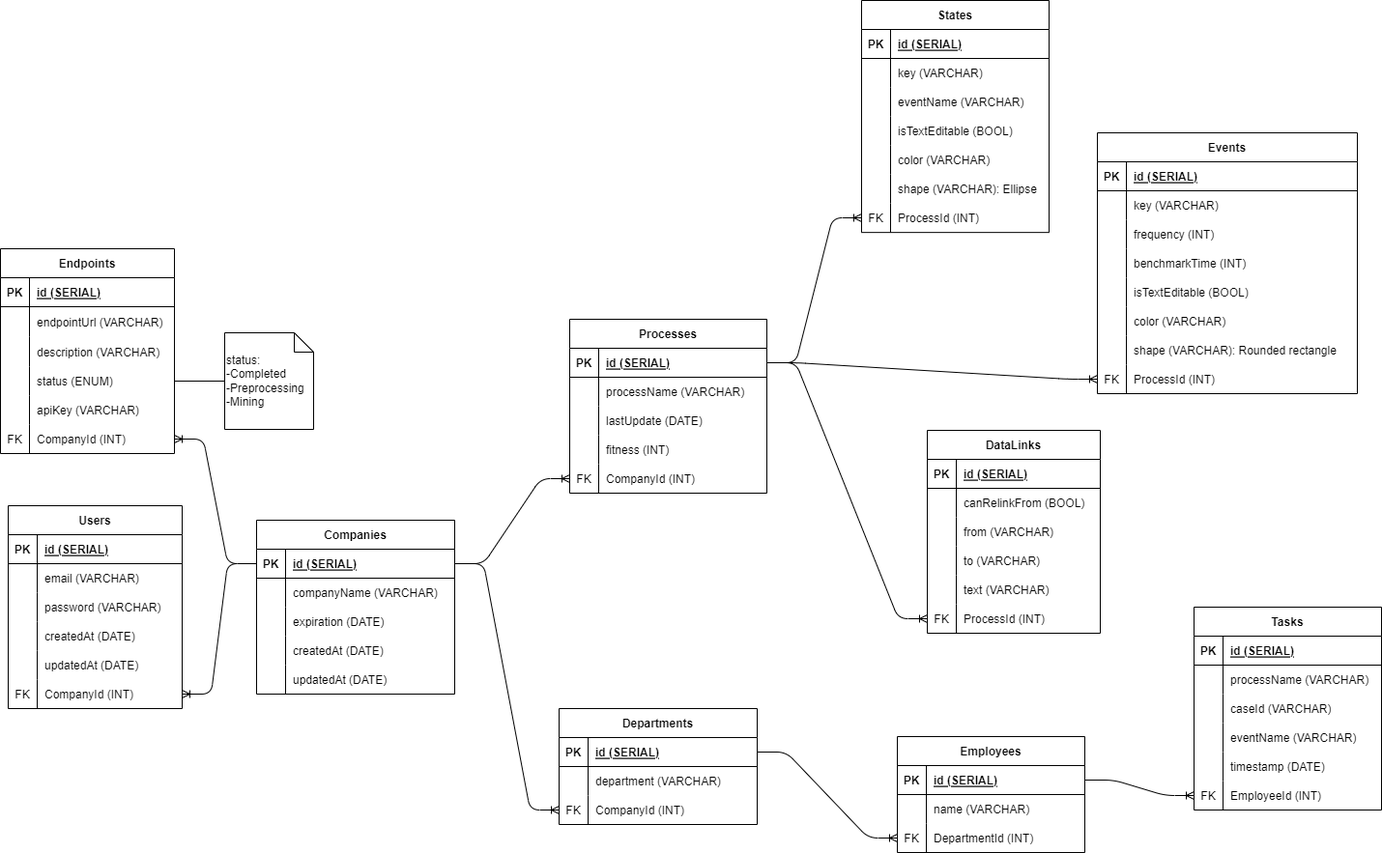
Earlier version of the draw.io export docs/ERD.drawio.png (Alexwilliam112/synapse). Source tidied: cells renumbered, new cells last; positions are measured from the earlier drawing's top-left corner, leaving out a move shared by most shapes.
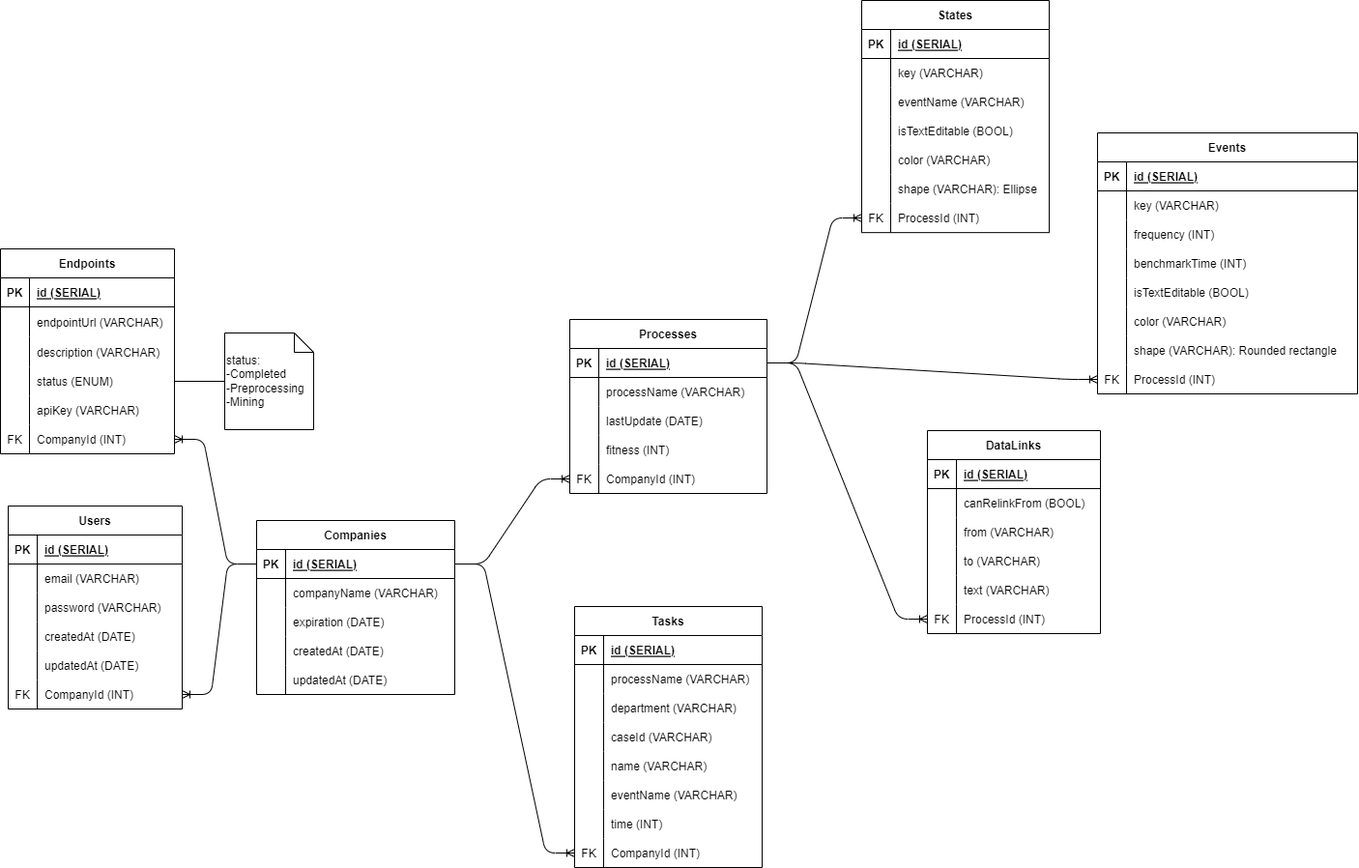
The same file after the commit.

Diff of the diagram source:
```diff
@@ -365,36 +365,6 @@
     <mxCell id="122" style="edgeStyle=entityRelationEdgeStyle;fontSize=12;html=1;endArrow=ERoneToMany;" parent="1" edge="1" source="39" target="119">
       <mxGeometry relative="1" as="geometry" />
     </mxCell>
-    <mxCell id="123" value="Employees" style="shape=table;startSize=30;rowLines=0;fontStyle=1;align=center;" parent="1" vertex="1">
-      <mxGeometry x="928" y="762" width="194" height="120" as="geometry" />
-    </mxCell>
-    <mxCell id="124" style="shape=tableRow;horizontal=0;startSize=0;swimlaneHead=0;swimlaneBody=0;fillColor=none;points=[[0,0.5],[1,0.5]];portConstraint=eastwest;top=0;left=0;right=0;bottom=1;" parent="123" vertex="1">
-      <mxGeometry y="30" width="194" height="30" as="geometry" />
-    </mxCell>
-    <mxCell id="125" value="PK" style="shape=partialRectangle;fillColor=none;top=0;left=0;bottom=0;right=0;fontStyle=1;overflow=hidden;" parent="124" vertex="1">
-      <mxGeometry width="30" height="30" as="geometry" />
-    </mxCell>
-    <mxCell id="126" value="id (SERIAL)" style="shape=partialRectangle;fillColor=none;top=0;left=0;bottom=0;right=0;align=left;spacingLeft=6;fontStyle=5;overflow=hidden;" parent="124" vertex="1">
-      <mxGeometry x="30" width="164" height="30" as="geometry" />
-    </mxCell>
-    <mxCell id="127" style="shape=tableRow;horizontal=0;startSize=0;swimlaneHead=0;swimlaneBody=0;fillColor=none;top=0;left=0;right=0;bottom=0;" parent="123" vertex="1">
-      <mxGeometry y="60" width="194" height="30" as="geometry" />
-    </mxCell>
-    <mxCell id="128" style="shape=partialRectangle;fillColor=none;top=0;left=0;bottom=0;right=0;overflow=hidden;" parent="127" vertex="1">
-      <mxGeometry width="30" height="30" as="geometry" />
-    </mxCell>
-    <mxCell id="129" value="name (VARCHAR)" style="shape=partialRectangle;fillColor=none;top=0;left=0;bottom=0;right=0;align=left;spacingLeft=6;overflow=hidden;" parent="127" vertex="1">
-      <mxGeometry x="30" width="164" height="30" as="geometry" />
-    </mxCell>
-    <mxCell id="130" style="shape=tableRow;horizontal=0;startSize=0;swimlaneHead=0;swimlaneBody=0;fillColor=none;points=[[0,0.5],[1,0.5]];portConstraint=eastwest;top=0;left=0;right=0;bottom=0;" parent="123" vertex="1">
-      <mxGeometry y="90" width="194" height="30" as="geometry" />
-    </mxCell>
-    <mxCell id="131" value="FK" style="shape=partialRectangle;fillColor=none;top=0;left=0;bottom=0;right=0;overflow=hidden;" parent="130" vertex="1">
-      <mxGeometry width="30" height="30" as="geometry" />
-    </mxCell>
-    <mxCell id="132" value="DepartmentId (INT)" style="shape=partialRectangle;fillColor=none;top=0;left=0;bottom=0;right=0;align=left;spacingLeft=6;overflow=hidden;" parent="130" vertex="1">
-      <mxGeometry x="30" width="164" height="30" as="geometry" />
-    </mxCell>
     <mxCell id="133" value="Endpoints" style="shape=table;startSize=30;rowLines=0;fontStyle=1;align=center;" parent="1" vertex="1">
       <mxGeometry y="257" width="180" height="212" as="geometry" />
     </mxCell>
@@ -461,44 +431,14 @@
     <mxCell id="154" style="endArrow=none;html=1;rounded=0;" parent="1" edge="1" source="143" target="153">
       <mxGeometry relative="1" as="geometry" />
     </mxCell>
-    <mxCell id="155" value="Departments" style="shape=table;startSize=30;rowLines=0;fontStyle=1;align=center;" parent="1" vertex="1">
-      <mxGeometry x="578" y="733" width="205" height="120" as="geometry" />
-    </mxCell>
-    <mxCell id="156" style="shape=tableRow;horizontal=0;startSize=0;swimlaneHead=0;swimlaneBody=0;fillColor=none;points=[[0,0.5],[1,0.5]];portConstraint=eastwest;top=0;left=0;right=0;bottom=1;" parent="155" vertex="1">
-      <mxGeometry y="30" width="205" height="30" as="geometry" />
-    </mxCell>
-    <mxCell id="157" value="PK" style="shape=partialRectangle;fillColor=none;top=0;left=0;bottom=0;right=0;fontStyle=1;overflow=hidden;" parent="156" vertex="1">
-      <mxGeometry width="30" height="30" as="geometry" />
-    </mxCell>
-    <mxCell id="158" value="id (SERIAL)" style="shape=partialRectangle;fillColor=none;top=0;left=0;bottom=0;right=0;align=left;spacingLeft=6;fontStyle=5;overflow=hidden;" parent="156" vertex="1">
-      <mxGeometry x="30" width="175" height="30" as="geometry" />
-    </mxCell>
-    <mxCell id="159" style="shape=tableRow;horizontal=0;startSize=0;swimlaneHead=0;swimlaneBody=0;fillColor=none;top=0;left=0;right=0;bottom=0;" parent="155" vertex="1">
-      <mxGeometry y="60" width="205" height="30" as="geometry" />
-    </mxCell>
-    <mxCell id="160" style="shape=partialRectangle;fillColor=none;top=0;left=0;bottom=0;right=0;overflow=hidden;" parent="159" vertex="1">
-      <mxGeometry width="30" height="30" as="geometry" />
-    </mxCell>
-    <mxCell id="161" value="department (VARCHAR)" style="shape=partialRectangle;fillColor=none;top=0;left=0;bottom=0;right=0;align=left;spacingLeft=6;overflow=hidden;" parent="159" vertex="1">
-      <mxGeometry x="30" width="175" height="30" as="geometry" />
-    </mxCell>
-    <mxCell id="162" style="shape=tableRow;horizontal=0;startSize=0;swimlaneHead=0;swimlaneBody=0;fillColor=none;points=[[0,0.5],[1,0.5]];portConstraint=eastwest;top=0;left=0;right=0;bottom=0;" parent="155" vertex="1">
-      <mxGeometry y="90" width="205" height="30" as="geometry" />
-    </mxCell>
-    <mxCell id="163" value="FK" style="shape=partialRectangle;fillColor=none;top=0;left=0;bottom=0;right=0;overflow=hidden;" parent="162" vertex="1">
-      <mxGeometry width="30" height="30" as="geometry" />
-    </mxCell>
-    <mxCell id="164" value="CompanyId (INT)" style="shape=partialRectangle;fillColor=none;top=0;left=0;bottom=0;right=0;align=left;spacingLeft=6;overflow=hidden;" parent="162" vertex="1">
-      <mxGeometry x="30" width="175" height="30" as="geometry" />
-    </mxCell>
     <mxCell id="165" style="edgeStyle=entityRelationEdgeStyle;fontSize=12;html=1;endArrow=ERoneToMany;" parent="1" edge="1" source="22" target="51">
       <mxGeometry relative="1" as="geometry" />
     </mxCell>
-    <mxCell id="166" style="edgeStyle=entityRelationEdgeStyle;fontSize=12;html=1;endArrow=ERoneToMany;" parent="1" edge="1" source="22" target="162">
+    <mxCell id="166" style="edgeStyle=entityRelationEdgeStyle;fontSize=12;html=1;endArrow=ERoneToMany;" parent="1" edge="1" source="22" target="183">
       <mxGeometry relative="1" as="geometry" />
     </mxCell>
     <mxCell id="167" value="Tasks" style="shape=table;startSize=30;rowLines=0;fontStyle=1;align=center;" parent="1" vertex="1">
-      <mxGeometry x="1235" y="628" width="194" height="210" as="geometry" />
+      <mxGeometry x="594" y="627" width="194" height="270" as="geometry" />
     </mxCell>
     <mxCell id="168" style="shape=tableRow;horizontal=0;startSize=0;swimlaneHead=0;swimlaneBody=0;fillColor=none;top=0;left=0;right=0;bottom=1;" parent="167" vertex="1">
       <mxGeometry y="30" width="194" height="30" as="geometry" />
@@ -518,8 +458,17 @@
     <mxCell id="173" value="processName (VARCHAR)" style="shape=partialRectangle;fillColor=none;top=0;left=0;bottom=0;right=0;align=left;spacingLeft=6;overflow=hidden;" parent="171" vertex="1">
       <mxGeometry x="30" width="164" height="30" as="geometry" />
     </mxCell>
+    <mxCell id="130" style="shape=tableRow;horizontal=0;startSize=0;swimlaneHead=0;swimlaneBody=0;fillColor=none;points=[[0,0.5],[1,0.5]];portConstraint=eastwest;top=0;left=0;right=0;bottom=0;" parent="167" vertex="1">
+      <mxGeometry y="90" width="194" height="30" as="geometry" />
+    </mxCell>
+    <mxCell id="188" style="shape=partialRectangle;fillColor=none;top=0;left=0;bottom=0;right=0;overflow=hidden;" parent="130" vertex="1">
+      <mxGeometry width="30" height="30" as="geometry" />
+    </mxCell>
+    <mxCell id="161" value="department (VARCHAR)" style="shape=partialRectangle;fillColor=none;top=0;left=0;bottom=0;right=0;align=left;spacingLeft=6;overflow=hidden;" parent="130" vertex="1">
+      <mxGeometry x="30" width="164" height="30" as="geometry" />
+    </mxCell>
     <mxCell id="174" style="shape=tableRow;horizontal=0;startSize=0;swimlaneHead=0;swimlaneBody=0;fillColor=none;top=0;left=0;right=0;bottom=0;" parent="167" vertex="1">
-      <mxGeometry y="90" width="194" height="30" as="geometry" />
+      <mxGeometry y="120" width="194" height="30" as="geometry" />
     </mxCell>
     <mxCell id="175" style="shape=partialRectangle;fillColor=none;top=0;left=0;bottom=0;right=0;overflow=hidden;" parent="174" vertex="1">
       <mxGeometry width="30" height="30" as="geometry" />
@@ -527,8 +476,17 @@
     <mxCell id="176" value="caseId (VARCHAR)" style="shape=partialRectangle;fillColor=none;top=0;left=0;bottom=0;right=0;align=left;spacingLeft=6;overflow=hidden;" parent="174" vertex="1">
       <mxGeometry x="30" width="164" height="30" as="geometry" />
     </mxCell>
+    <mxCell id="180" style="shape=tableRow;horizontal=0;startSize=0;swimlaneHead=0;swimlaneBody=0;fillColor=none;top=0;left=0;right=0;bottom=0;" parent="167" vertex="1">
+      <mxGeometry y="150" width="194" height="30" as="geometry" />
+    </mxCell>
+    <mxCell id="189" style="shape=partialRectangle;fillColor=none;top=0;left=0;bottom=0;right=0;overflow=hidden;" parent="180" vertex="1">
+      <mxGeometry width="30" height="30" as="geometry" />
+    </mxCell>
+    <mxCell id="129" value="name (VARCHAR)" style="shape=partialRectangle;fillColor=none;top=0;left=0;bottom=0;right=0;align=left;spacingLeft=6;overflow=hidden;" parent="180" vertex="1">
+      <mxGeometry x="30" width="164" height="30" as="geometry" />
+    </mxCell>
     <mxCell id="177" style="shape=tableRow;horizontal=0;startSize=0;swimlaneHead=0;swimlaneBody=0;fillColor=none;top=0;left=0;right=0;bottom=0;" parent="167" vertex="1">
-      <mxGeometry y="120" width="194" height="30" as="geometry" />
+      <mxGeometry y="180" width="194" height="30" as="geometry" />
     </mxCell>
     <mxCell id="178" style="shape=partialRectangle;fillColor=none;top=0;left=0;bottom=0;right=0;overflow=hidden;" parent="177" vertex="1">
       <mxGeometry width="30" height="30" as="geometry" />
@@ -536,29 +494,23 @@
     <mxCell id="179" value="eventName (VARCHAR)" style="shape=partialRectangle;fillColor=none;top=0;left=0;bottom=0;right=0;align=left;spacingLeft=6;overflow=hidden;" parent="177" vertex="1">
       <mxGeometry x="30" width="164" height="30" as="geometry" />
     </mxCell>
-    <mxCell id="180" style="shape=tableRow;horizontal=0;startSize=0;swimlaneHead=0;swimlaneBody=0;fillColor=none;top=0;left=0;right=0;bottom=0;" parent="167" vertex="1">
-      <mxGeometry y="150" width="194" height="30" as="geometry" />
-    </mxCell>
-    <mxCell id="181" style="shape=partialRectangle;fillColor=none;top=0;left=0;bottom=0;right=0;overflow=hidden;" parent="180" vertex="1">
-      <mxGeometry width="30" height="30" as="geometry" />
-    </mxCell>
-    <mxCell id="182" value="timestamp (DATE)" style="shape=partialRectangle;fillColor=none;top=0;left=0;bottom=0;right=0;align=left;spacingLeft=6;overflow=hidden;" parent="180" vertex="1">
-      <mxGeometry x="30" width="164" height="30" as="geometry" />
-    </mxCell>
+    <mxCell id="190" style="shape=tableRow;horizontal=0;startSize=0;swimlaneHead=0;swimlaneBody=0;fillColor=none;top=0;left=0;right=0;bottom=0;" parent="167" vertex="1">
+      <mxGeometry y="210" width="194" height="30" as="geometry" />
+    </mxCell>
+    <mxCell id="191" style="shape=partialRectangle;fillColor=none;top=0;left=0;bottom=0;right=0;overflow=hidden;" parent="190" vertex="1">
+      <mxGeometry width="30" height="30" as="geometry" />
+    </mxCell>
+    <mxCell id="192" value="time (INT)" style="shape=partialRectangle;fillColor=none;top=0;left=0;bottom=0;right=0;align=left;spacingLeft=6;overflow=hidden;" parent="190" vertex="1">
+      <mxGeometry x="30" width="164" height="30" as="geometry" />
+    </mxCell>
     <mxCell id="183" style="shape=tableRow;horizontal=0;startSize=0;swimlaneHead=0;swimlaneBody=0;fillColor=none;points=[[0,0.5],[1,0.5]];portConstraint=eastwest;top=0;left=0;right=0;bottom=0;" parent="167" vertex="1">
-      <mxGeometry y="180" width="194" height="30" as="geometry" />
+      <mxGeometry y="240" width="194" height="30" as="geometry" />
     </mxCell>
     <mxCell id="184" value="FK" style="shape=partialRectangle;fillColor=none;top=0;left=0;bottom=0;right=0;overflow=hidden;" parent="183" vertex="1">
       <mxGeometry width="30" height="30" as="geometry" />
     </mxCell>
-    <mxCell id="185" value="EmployeeId (INT)" style="shape=partialRectangle;fillColor=none;top=0;left=0;bottom=0;right=0;align=left;spacingLeft=6;overflow=hidden;" parent="183" vertex="1">
+    <mxCell id="185" value="CompanyId (INT)" style="shape=partialRectangle;fillColor=none;top=0;left=0;bottom=0;right=0;align=left;spacingLeft=6;overflow=hidden;" parent="183" vertex="1">
       <mxGeometry x="30" width="164" height="30" as="geometry" />
     </mxCell>
-    <mxCell id="186" style="edgeStyle=entityRelationEdgeStyle;fontSize=12;html=1;endArrow=ERoneToMany;" parent="1" edge="1" source="156" target="130">
-      <mxGeometry relative="1" as="geometry" />
-    </mxCell>
-    <mxCell id="187" style="edgeStyle=entityRelationEdgeStyle;fontSize=12;html=1;endArrow=ERoneToMany;" parent="1" edge="1" source="124" target="183">
-      <mxGeometry relative="1" as="geometry" />
-    </mxCell>
   </root>
 </mxGraphModel>
```
